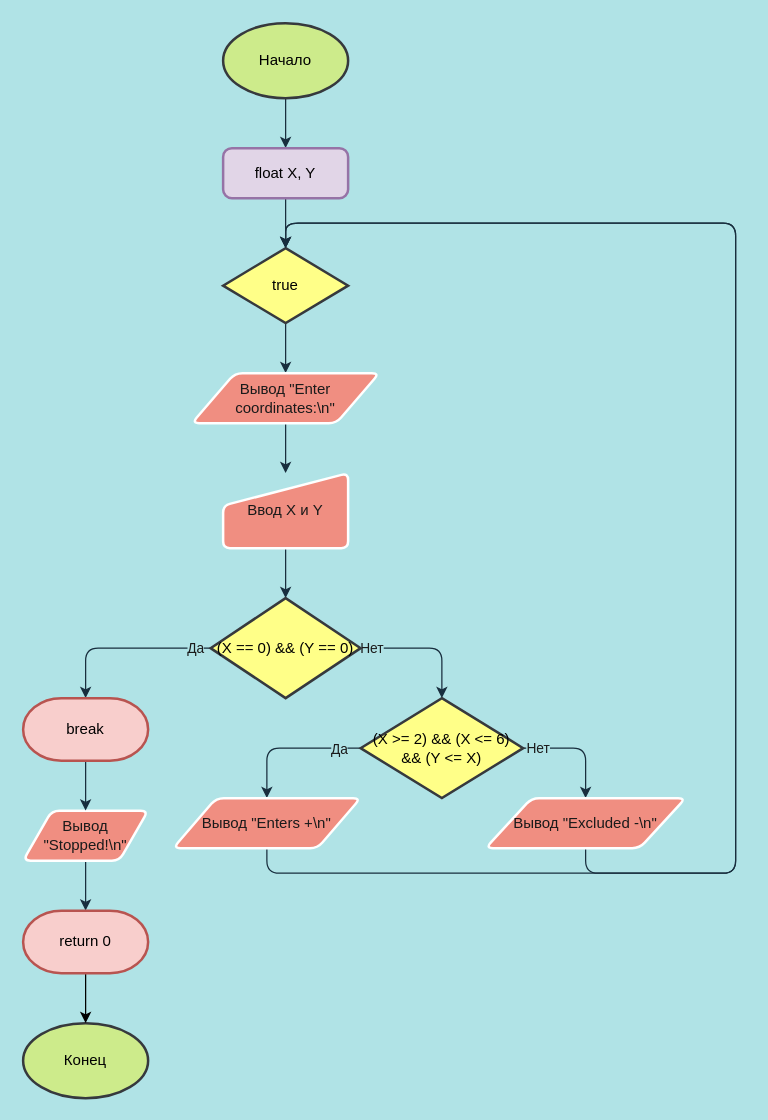
This is page "Лабораторная работа №1" (1 of 3) of flowcharts_for_labs1-3.drawio from MoonFoxy/Programming_labs, a draw.io file, before an edit. Source tidied: cells renumbered, new cells numbered last; positions are measured from the earlier drawing's top-left corner, leaving out a move shared by most shapes. Both pictures are drawn from the tidied source at 125%, with x=0, y=0 at pixel (22, 22).
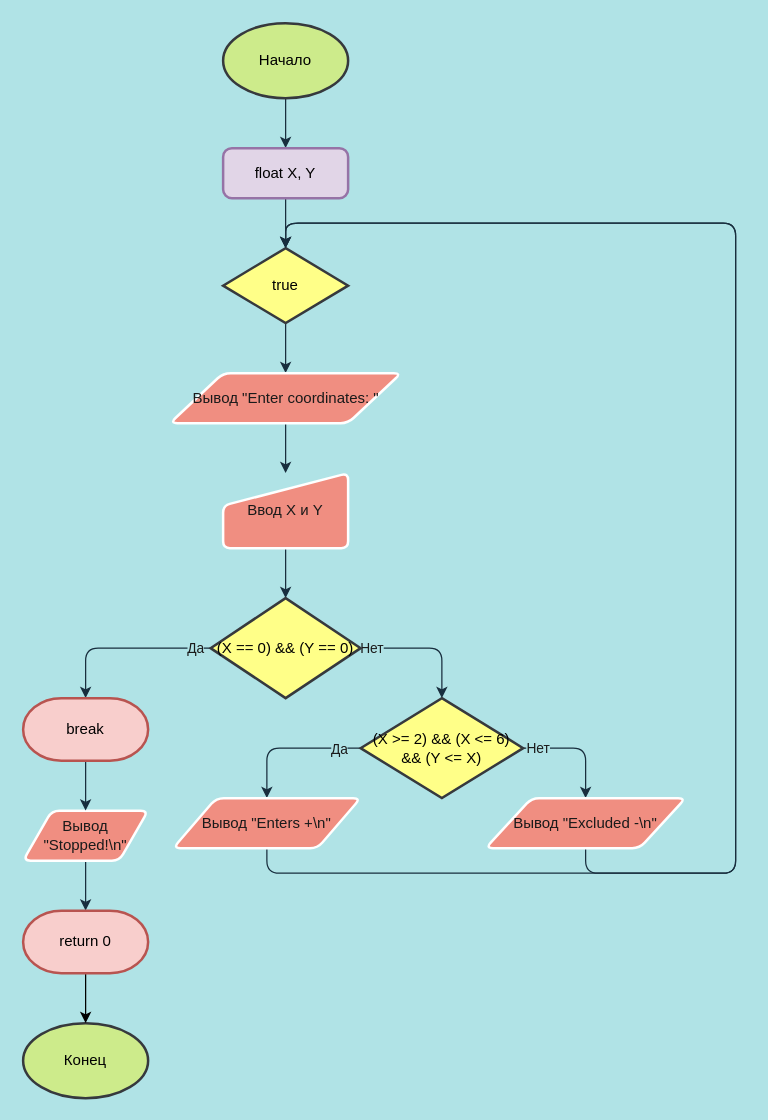
After the change.

The edit, as a diff of the source:
```diff
@@
-    <mxCell id="9" value="Вывод &quot;Enter coordinates:\n&quot;" style="shape=parallelogram;html=1;strokeWidth=2;perimeter=parallelogramPerimeter;whiteSpace=wrap;arcSize=12;size=0.23;fillColor=#F08E81;fontColor=#1A1A1A;strokeColor=#FFFFFF;rounded=1;" parent="1" vertex="1">
-      <mxGeometry x="135" y="280" width="150" height="40" as="geometry" />
+    <mxCell id="9" value="Вывод &quot;Enter coordinates: &quot;" style="shape=parallelogram;html=1;strokeWidth=2;perimeter=parallelogramPerimeter;whiteSpace=wrap;arcSize=12;size=0.23;fillColor=#F08E81;fontColor=#1A1A1A;strokeColor=#FFFFFF;rounded=1;" parent="1" vertex="1">
+      <mxGeometry x="117.5" y="280" width="185" height="40" as="geometry" />
     </mxCell>
```
